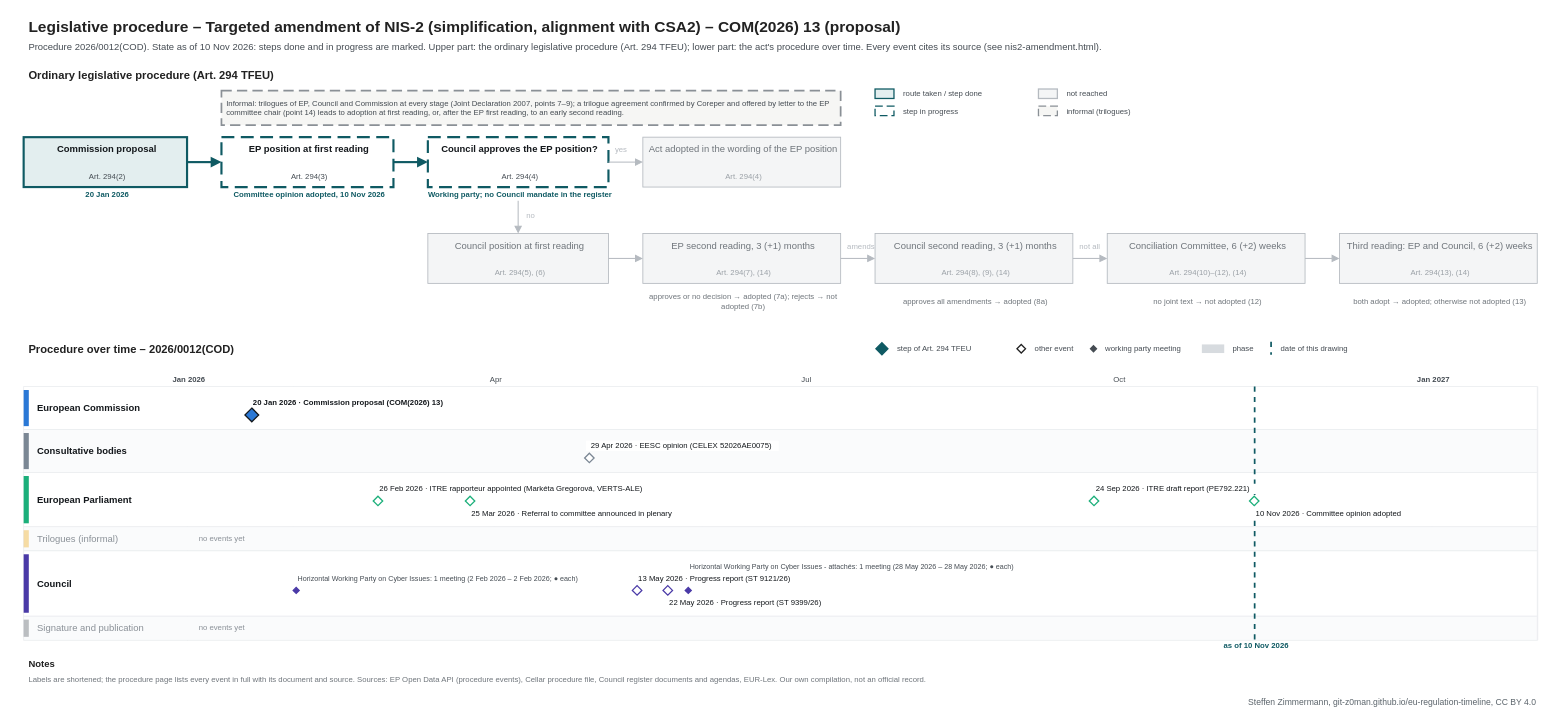
The draw.io diagram procedures/nis2-amendment.drawio in git-z0man/eu-regulation-timeline, before the edit. Source tidied: cells renumbered, new cells numbered last; positions are measured from the earlier drawing's top-left corner, leaving out a move shared by most shapes. Both pictures are drawn from the tidied source at 86%, with x=0, y=0 at pixel (15, 15).
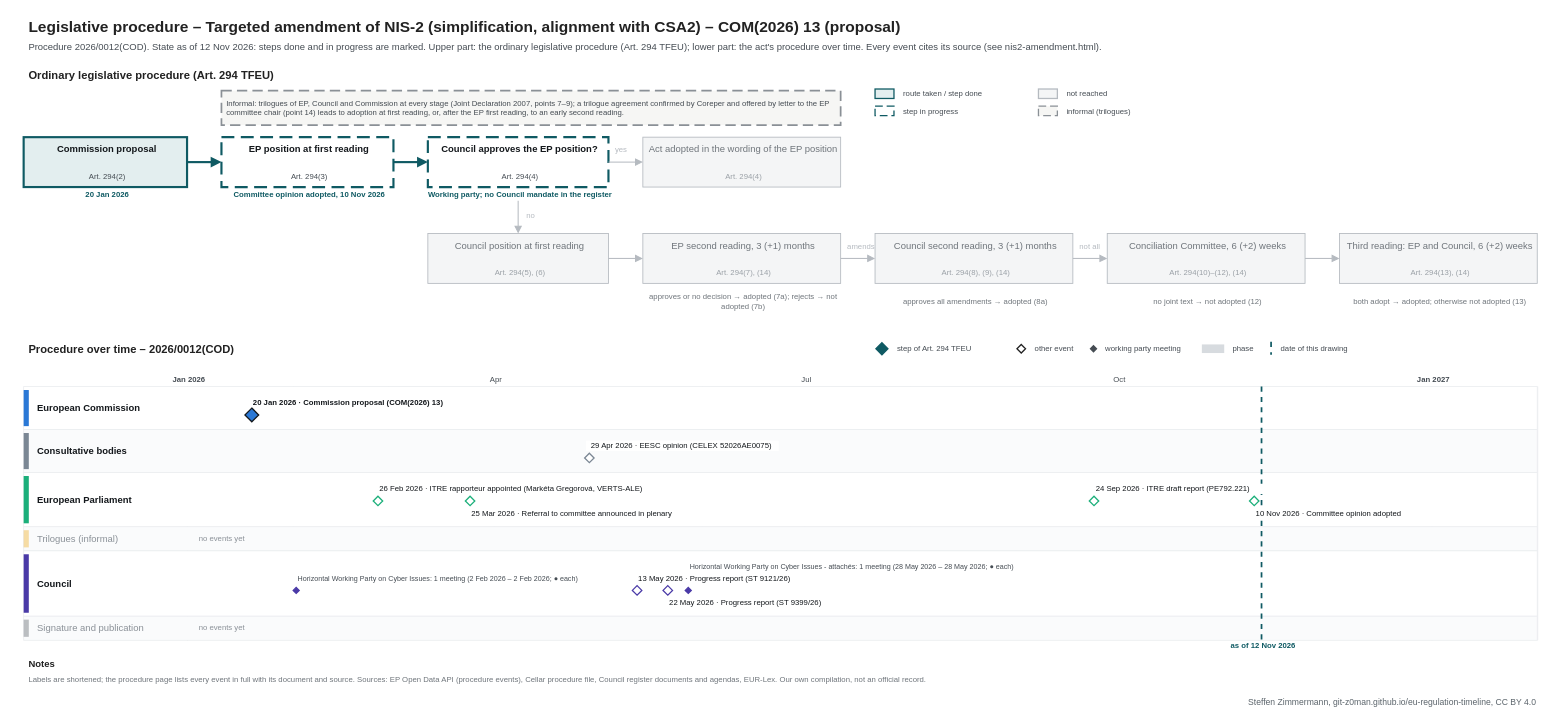
After the change.

What changed in the source:
```diff
@@
-    <mxCell id="3" value="Procedure 2026/0012(COD). State as of 10 Nov 2026: steps done and in progress are marked. Upper part: the ordinary legislative procedure (Art. 294 TFEU); lower part: the act's procedure over time. Every event cites its source (see nis2-amendment.html)." style="text;html=1;fontSize=11;fontColor=#454c53;align=left;verticalAlign=middle;spacingLeft=4;" parent="1" vertex="1">
+    <mxCell id="3" value="Procedure 2026/0012(COD). State as of 12 Nov 2026: steps done and in progress are marked. Upper part: the ordinary legislative procedure (Art. 294 TFEU); lower part: the act's procedure over time. Every event cites its source (see nis2-amendment.html)." style="text;html=1;fontSize=11;fontColor=#454c53;align=left;verticalAlign=middle;spacingLeft=4;" parent="1" vertex="1">
       <mxGeometry x="10" y="28" width="1700" height="18" as="geometry" />
     </mxCell>
@@
     <mxCell id="111" style="line;html=1;strokeWidth=2;strokeColor=#0f5a63;direction=south;dashed=1;" parent="1" vertex="1">
-      <mxGeometry x="1440.9" y="432" width="1" height="295" as="geometry" />
+      <mxGeometry x="1448.9" y="432" width="1" height="295" as="geometry" />
     </mxCell>
-    <mxCell id="112" value="as of 10 Nov 2026" style="text;html=1;fontSize=9;fontColor=#0f5a63;align=center;verticalAlign=middle;spacingLeft=4;fontStyle=1;" parent="1" vertex="1">
-      <mxGeometry x="1380.9" y="728" width="120" height="12" as="geometry" />
+    <mxCell id="112" value="as of 12 Nov 2026" style="text;html=1;fontSize=9;fontColor=#0f5a63;align=center;verticalAlign=middle;spacingLeft=4;fontStyle=1;" parent="1" vertex="1">
+      <mxGeometry x="1388.9" y="728" width="120" height="12" as="geometry" />
     </mxCell>
```
